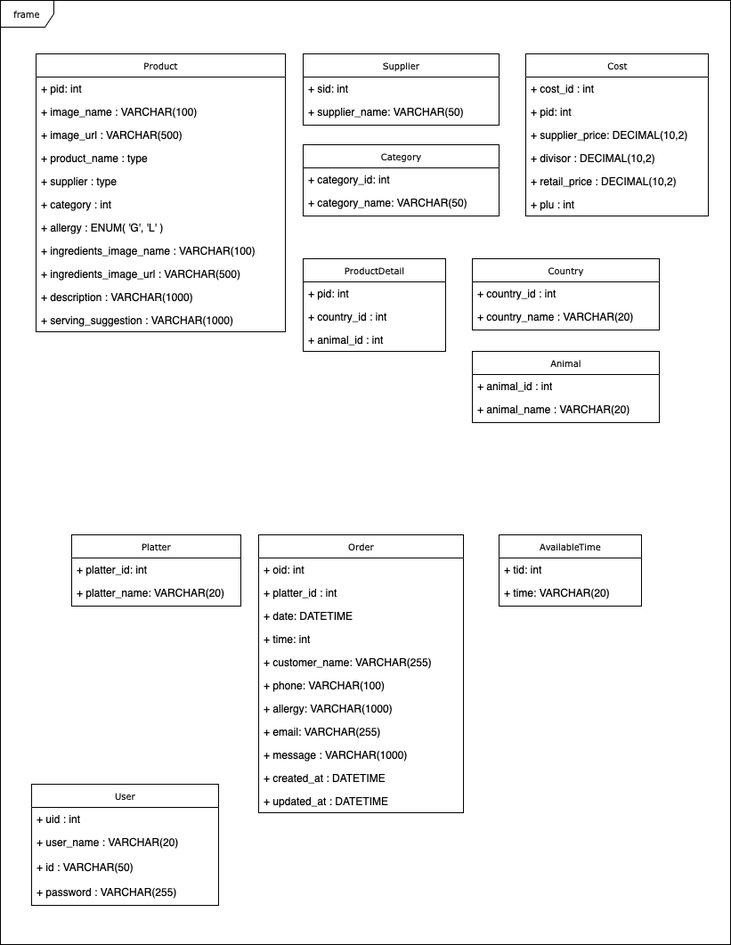
This is database-uml.drawio.png from Yunzoo01/linas-deli, a draw.io export, as it was before one commit. Source tidied: cells renumbered, new cells last; positions are measured from the earlier drawing's top-left corner, leaving out a move shared by most shapes.
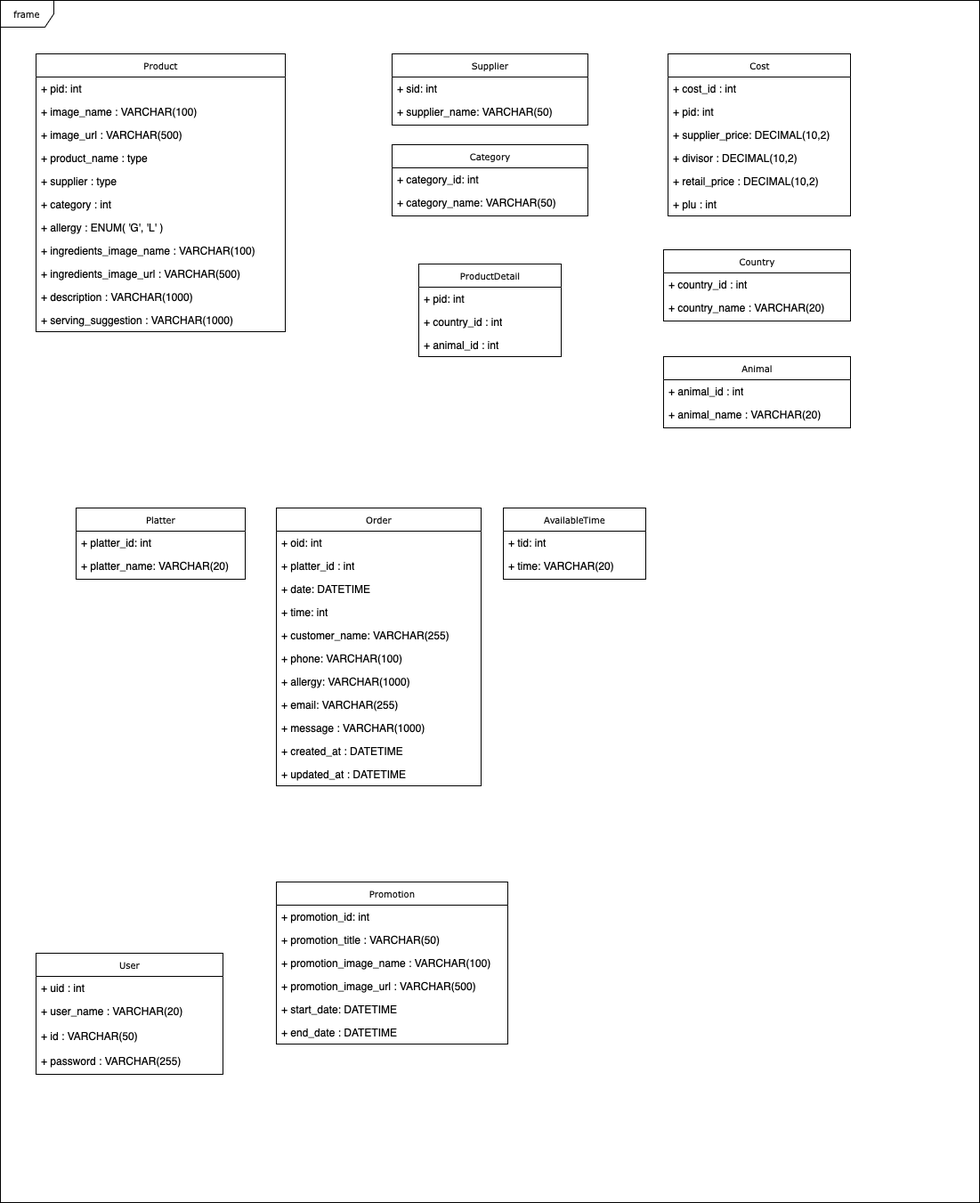
After the change.

The edit, as a diff of the source:
```diff
@@ -3,7 +3,7 @@
     <mxCell id="0" />
     <mxCell id="1" parent="0" />
     <mxCell id="2" value="frame" style="shape=umlFrame;whiteSpace=wrap;html=1;rounded=0;shadow=0;comic=0;labelBackgroundColor=none;strokeWidth=1;fontFamily=Verdana;fontSize=10;align=center;" parent="1" vertex="1">
-      <mxGeometry width="820" height="1060" as="geometry" />
+      <mxGeometry width="1100" height="1350" as="geometry" />
     </mxCell>
     <mxCell id="3" value="Product" style="swimlane;html=1;fontStyle=0;horizontal=1;startSize=26;fillColor=none;swimlaneFillColor=#ffffff;rounded=0;shadow=0;comic=0;labelBackgroundColor=none;strokeWidth=1;fontFamily=Verdana;fontSize=10;align=center;" parent="1" vertex="1">
       <mxGeometry x="40" y="60" width="280" height="312" as="geometry" />
@@ -42,7 +42,7 @@
       <mxGeometry y="286" width="280" height="26" as="geometry" />
     </mxCell>
     <mxCell id="15" value="Cost" style="swimlane;html=1;fontStyle=0;horizontal=1;startSize=26;fillColor=none;swimlaneFillColor=#ffffff;rounded=0;shadow=0;comic=0;labelBackgroundColor=none;strokeWidth=1;fontFamily=Verdana;fontSize=10;align=center;" parent="1" vertex="1">
-      <mxGeometry x="590" y="60" width="205" height="182" as="geometry" />
+      <mxGeometry x="750" y="60" width="205" height="182" as="geometry" />
     </mxCell>
     <mxCell id="16" value="+ cost_id : int" style="text;html=1;strokeColor=none;fillColor=none;align=left;verticalAlign=top;spacingLeft=4;spacingRight=4;whiteSpace=wrap;overflow=hidden;" parent="15" vertex="1">
       <mxGeometry y="26" width="205" height="26" as="geometry" />
@@ -63,7 +63,7 @@
       <mxGeometry y="156" width="205" height="26" as="geometry" />
     </mxCell>
     <mxCell id="22" value="Supplier" style="swimlane;html=1;fontStyle=0;horizontal=1;startSize=26;fillColor=none;swimlaneFillColor=#ffffff;rounded=0;shadow=0;comic=0;labelBackgroundColor=none;strokeWidth=1;fontFamily=Verdana;fontSize=10;align=center;" parent="1" vertex="1">
-      <mxGeometry x="340" y="60" width="220" height="80" as="geometry" />
+      <mxGeometry x="440" y="60" width="220" height="80" as="geometry" />
     </mxCell>
     <mxCell id="23" value="+ sid: int" style="text;html=1;strokeColor=none;fillColor=none;align=left;verticalAlign=top;spacingLeft=4;spacingRight=4;whiteSpace=wrap;overflow=hidden;" parent="22" vertex="1">
       <mxGeometry y="26" width="220" height="26" as="geometry" />
@@ -72,7 +72,7 @@
       <mxGeometry y="52" width="220" height="26" as="geometry" />
     </mxCell>
     <mxCell id="25" value="User" style="swimlane;html=1;fontStyle=0;horizontal=1;startSize=26;fillColor=none;swimlaneFillColor=#ffffff;rounded=0;shadow=0;comic=0;labelBackgroundColor=none;strokeWidth=1;fontFamily=Verdana;fontSize=10;align=center;" parent="1" vertex="1">
-      <mxGeometry x="35" y="880" width="210" height="136" as="geometry" />
+      <mxGeometry x="40" y="1070" width="210" height="136" as="geometry" />
     </mxCell>
     <mxCell id="26" value="+ uid : int" style="text;html=1;strokeColor=none;fillColor=none;align=left;verticalAlign=top;spacingLeft=4;spacingRight=4;whiteSpace=wrap;overflow=hidden;" parent="25" vertex="1">
       <mxGeometry y="26" width="210" height="26" as="geometry" />
@@ -87,7 +87,7 @@
       <mxGeometry y="108" width="210" height="28" as="geometry" />
     </mxCell>
     <mxCell id="30" value="Platter" style="swimlane;html=1;fontStyle=0;horizontal=1;startSize=26;fillColor=none;swimlaneFillColor=#ffffff;rounded=0;shadow=0;comic=0;labelBackgroundColor=none;strokeWidth=1;fontFamily=Verdana;fontSize=10;align=center;" parent="1" vertex="1">
-      <mxGeometry x="80" y="600" width="190" height="80" as="geometry" />
+      <mxGeometry x="85" y="570" width="190" height="80" as="geometry" />
     </mxCell>
     <mxCell id="31" value="+ platter_id: int" style="text;html=1;strokeColor=none;fillColor=none;align=left;verticalAlign=top;spacingLeft=4;spacingRight=4;whiteSpace=wrap;overflow=hidden;" parent="30" vertex="1">
       <mxGeometry y="26" width="190" height="26" as="geometry" />
@@ -96,7 +96,7 @@
       <mxGeometry y="52" width="190" height="26" as="geometry" />
     </mxCell>
     <mxCell id="33" value="Order" style="swimlane;html=1;fontStyle=0;horizontal=1;startSize=26;fillColor=none;swimlaneFillColor=#ffffff;rounded=0;shadow=0;comic=0;labelBackgroundColor=none;strokeWidth=1;fontFamily=Verdana;fontSize=10;align=center;" parent="1" vertex="1">
-      <mxGeometry x="290" y="600" width="230" height="312" as="geometry" />
+      <mxGeometry x="310" y="570" width="230" height="312" as="geometry" />
     </mxCell>
     <mxCell id="34" value="+ oid: int" style="text;html=1;strokeColor=none;fillColor=none;align=left;verticalAlign=top;spacingLeft=4;spacingRight=4;whiteSpace=wrap;overflow=hidden;" parent="33" vertex="1">
       <mxGeometry y="26" width="230" height="26" as="geometry" />
@@ -132,7 +132,7 @@
       <mxGeometry y="286" width="230" height="26" as="geometry" />
     </mxCell>
     <mxCell id="45" value="AvailableTime" style="swimlane;html=1;fontStyle=0;horizontal=1;startSize=26;fillColor=none;swimlaneFillColor=#ffffff;rounded=0;shadow=0;comic=0;labelBackgroundColor=none;strokeWidth=1;fontFamily=Verdana;fontSize=10;align=center;" parent="1" vertex="1">
-      <mxGeometry x="560" y="600" width="160" height="80" as="geometry" />
+      <mxGeometry x="565" y="570" width="160" height="80" as="geometry" />
     </mxCell>
     <mxCell id="46" value="+ tid: int" style="text;html=1;strokeColor=none;fillColor=none;align=left;verticalAlign=top;spacingLeft=4;spacingRight=4;whiteSpace=wrap;overflow=hidden;" parent="45" vertex="1">
       <mxGeometry y="26" width="160" height="26" as="geometry" />
@@ -141,7 +141,7 @@
       <mxGeometry y="52" width="160" height="26" as="geometry" />
     </mxCell>
     <mxCell id="48" value="ProductDetail" style="swimlane;html=1;fontStyle=0;horizontal=1;startSize=26;fillColor=none;swimlaneFillColor=#ffffff;rounded=0;shadow=0;comic=0;labelBackgroundColor=none;strokeWidth=1;fontFamily=Verdana;fontSize=10;align=center;" parent="1" vertex="1">
-      <mxGeometry x="340" y="290" width="160" height="104" as="geometry" />
+      <mxGeometry x="470" y="296" width="160" height="104" as="geometry" />
     </mxCell>
     <mxCell id="49" value="+ pid: int" style="text;html=1;strokeColor=none;fillColor=none;align=left;verticalAlign=top;spacingLeft=4;spacingRight=4;whiteSpace=wrap;overflow=hidden;" parent="48" vertex="1">
       <mxGeometry y="26" width="160" height="26" as="geometry" />
@@ -153,7 +153,7 @@
       <mxGeometry y="78" width="160" height="26" as="geometry" />
     </mxCell>
     <mxCell id="52" value="Category" style="swimlane;html=1;fontStyle=0;horizontal=1;startSize=26;fillColor=none;swimlaneFillColor=#ffffff;rounded=0;shadow=0;comic=0;labelBackgroundColor=none;strokeWidth=1;fontFamily=Verdana;fontSize=10;align=center;" parent="1" vertex="1">
-      <mxGeometry x="340" y="162" width="220" height="80" as="geometry" />
+      <mxGeometry x="440" y="162" width="220" height="80" as="geometry" />
     </mxCell>
     <mxCell id="53" value="+ category_id: int" style="text;html=1;strokeColor=none;fillColor=none;align=left;verticalAlign=top;spacingLeft=4;spacingRight=4;whiteSpace=wrap;overflow=hidden;" parent="52" vertex="1">
       <mxGeometry y="26" width="220" height="26" as="geometry" />
@@ -162,7 +162,7 @@
       <mxGeometry y="52" width="220" height="26" as="geometry" />
     </mxCell>
     <mxCell id="55" value="Country" style="swimlane;html=1;fontStyle=0;horizontal=1;startSize=26;fillColor=none;swimlaneFillColor=#ffffff;rounded=0;shadow=0;comic=0;labelBackgroundColor=none;strokeWidth=1;fontFamily=Verdana;fontSize=10;align=center;" parent="1" vertex="1">
-      <mxGeometry x="530" y="290" width="210" height="80" as="geometry" />
+      <mxGeometry x="745" y="280" width="210" height="80" as="geometry" />
     </mxCell>
     <mxCell id="56" value="+ country_id : int" style="text;html=1;strokeColor=none;fillColor=none;align=left;verticalAlign=top;spacingLeft=4;spacingRight=4;whiteSpace=wrap;overflow=hidden;" parent="55" vertex="1">
       <mxGeometry y="26" width="210" height="26" as="geometry" />
@@ -171,7 +171,7 @@
       <mxGeometry y="52" width="210" height="26" as="geometry" />
     </mxCell>
     <mxCell id="58" value="Animal" style="swimlane;html=1;fontStyle=0;horizontal=1;startSize=26;fillColor=none;swimlaneFillColor=#ffffff;rounded=0;shadow=0;comic=0;labelBackgroundColor=none;strokeWidth=1;fontFamily=Verdana;fontSize=10;align=center;" parent="1" vertex="1">
-      <mxGeometry x="530" y="394" width="210" height="80" as="geometry" />
+      <mxGeometry x="745" y="400" width="210" height="80" as="geometry" />
     </mxCell>
     <mxCell id="59" value="+ animal_id : int" style="text;html=1;strokeColor=none;fillColor=none;align=left;verticalAlign=top;spacingLeft=4;spacingRight=4;whiteSpace=wrap;overflow=hidden;" parent="58" vertex="1">
       <mxGeometry y="26" width="210" height="26" as="geometry" />
@@ -179,5 +179,26 @@
     <mxCell id="60" value="+ animal_name : VARCHAR(20)" style="text;html=1;strokeColor=none;fillColor=none;align=left;verticalAlign=top;spacingLeft=4;spacingRight=4;whiteSpace=wrap;overflow=hidden;" parent="58" vertex="1">
       <mxGeometry y="52" width="210" height="26" as="geometry" />
     </mxCell>
+    <mxCell id="61" value="Promotion" style="swimlane;html=1;fontStyle=0;horizontal=1;startSize=26;fillColor=none;swimlaneFillColor=#ffffff;rounded=0;shadow=0;comic=0;labelBackgroundColor=none;strokeWidth=1;fontFamily=Verdana;fontSize=10;align=center;" parent="1" vertex="1">
+      <mxGeometry x="310" y="990" width="260" height="182" as="geometry" />
+    </mxCell>
+    <mxCell id="62" value="+ promotion_id: int" style="text;html=1;strokeColor=none;fillColor=none;align=left;verticalAlign=top;spacingLeft=4;spacingRight=4;whiteSpace=wrap;overflow=hidden;" parent="61" vertex="1">
+      <mxGeometry y="26" width="260" height="26" as="geometry" />
+    </mxCell>
+    <mxCell id="63" value="+ promotion_title : VARCHAR(50)" style="text;html=1;strokeColor=none;fillColor=none;align=left;verticalAlign=top;spacingLeft=4;spacingRight=4;whiteSpace=wrap;overflow=hidden;" parent="61" vertex="1">
+      <mxGeometry y="52" width="260" height="26" as="geometry" />
+    </mxCell>
+    <mxCell id="64" value="+ promotion_image_name : VARCHAR(100)" style="text;html=1;strokeColor=none;fillColor=none;align=left;verticalAlign=top;spacingLeft=4;spacingRight=4;whiteSpace=wrap;overflow=hidden;" parent="61" vertex="1">
+      <mxGeometry y="78" width="260" height="26" as="geometry" />
+    </mxCell>
+    <mxCell id="65" value="+ promotion_image_url : VARCHAR(500)" style="text;html=1;strokeColor=none;fillColor=none;align=left;verticalAlign=top;spacingLeft=4;spacingRight=4;whiteSpace=wrap;overflow=hidden;" parent="61" vertex="1">
+      <mxGeometry y="104" width="260" height="26" as="geometry" />
+    </mxCell>
+    <mxCell id="66" value="+ start_date: DATETIME" style="text;html=1;strokeColor=none;fillColor=none;align=left;verticalAlign=top;spacingLeft=4;spacingRight=4;whiteSpace=wrap;overflow=hidden;" parent="61" vertex="1">
+      <mxGeometry y="130" width="260" height="26" as="geometry" />
+    </mxCell>
+    <mxCell id="67" value="+ end_date : DATETIME" style="text;html=1;strokeColor=none;fillColor=none;align=left;verticalAlign=top;spacingLeft=4;spacingRight=4;whiteSpace=wrap;overflow=hidden;" parent="61" vertex="1">
+      <mxGeometry y="156" width="260" height="26" as="geometry" />
+    </mxCell>
   </root>
 </mxGraphModel>
```
